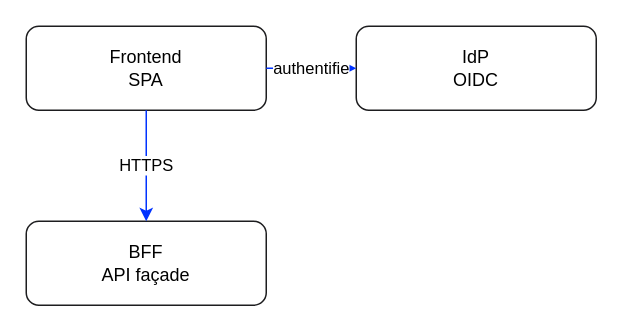
The draw.io diagram page "Identité" (3 of 3) of demo.drawio in maximilienbornepro/pm-framework-demo, before the edit. Source tidied: cells renumbered, new cells numbered last; positions are measured from the earlier drawing's top-left corner, leaving out a move shared by most shapes. Both pictures are drawn from the tidied source at 150%, with x=0, y=0 at pixel (26, 26).
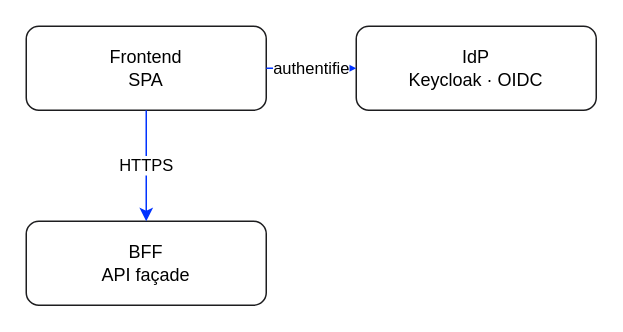
After the change.

Commit message (it also covers changes not shown here):
Add tech logos (React, Keycloak, Redis) to demo architecture

What changed in the source:
```diff
@@
 <mxGraphModel>
   <root>
     <mxCell id="0" />
     <mxCell id="1" parent="0" />
     <mxCell id="2" value="Frontend&#10;SPA" style="rounded=1;whiteSpace=wrap;html=1;fillColor=#FFFFFF;strokeColor=#1D1D1F;" parent="1" vertex="1">
       <mxGeometry width="160" height="56" as="geometry" />
     </mxCell>
-    <mxCell id="3" value="IdP&#10;OIDC" style="rounded=1;whiteSpace=wrap;html=1;fillColor=#FFFFFF;strokeColor=#1D1D1F;" parent="1" vertex="1">
+    <mxCell id="3" value="IdP&#10;Keycloak · OIDC" style="rounded=1;whiteSpace=wrap;html=1;fillColor=#FFFFFF;strokeColor=#1D1D1F;" parent="1" vertex="1">
       <mxGeometry x="220" width="160" height="56" as="geometry" />
     </mxCell>
     <mxCell id="4" value="BFF&#10;API façade" style="rounded=1;whiteSpace=wrap;html=1;fillColor=#FFFFFF;strokeColor=#1D1D1F;" parent="1" vertex="1">
       <mxGeometry y="130" width="160" height="56" as="geometry" />
     </mxCell>
     <mxCell id="5" value="HTTPS" style="endArrow=classic;startArrow=none;html=1;rounded=0;strokeColor=#0033FF;" parent="1" edge="1" source="2" target="4">
       <mxGeometry relative="1" as="geometry" />
     </mxCell>
     <mxCell id="6" value="authentifie" style="endArrow=classic;startArrow=none;html=1;rounded=0;strokeColor=#0033FF;" parent="1" edge="1" source="2" target="3">
       <mxGeometry relative="1" as="geometry" />
     </mxCell>
   </root>
 </mxGraphModel>
```
